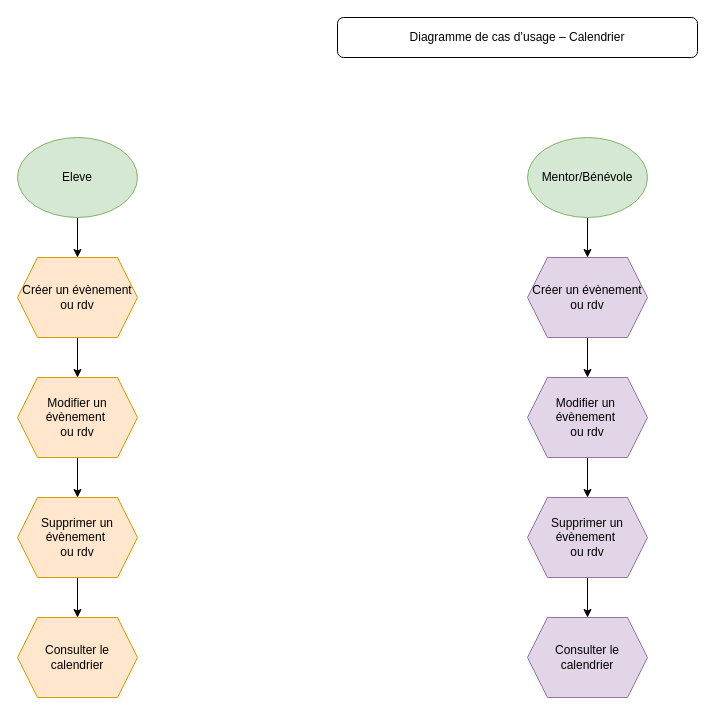
frederic5962/Learn-Home_p10 keeps this draw.io diagram as Diagramme de cas d’usage – Calendrier.drawio. Above is the earlier version. Source tidied: cells renumbered, new cells numbered last; positions are measured from the earlier drawing's top-left corner, leaving out a move shared by most shapes. Both pictures are drawn from the tidied source at 100%, with x=0, y=0 at pixel (17, 17).
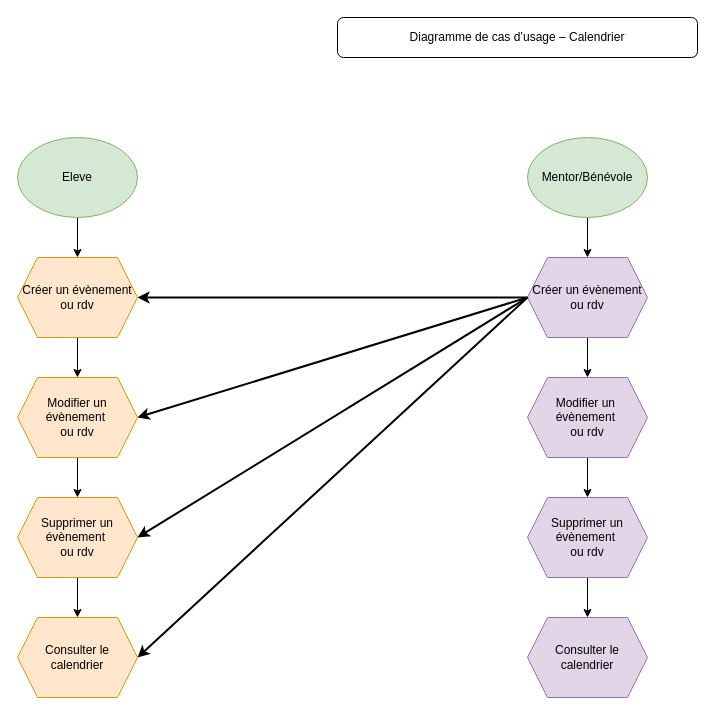
After the change.

Commit message:
Mettre à jour Diagramme de cas d’usage – Calendrier.drawio

Unchanged cells that the change refers to:
```xml
<mxCell id="8" value="Créer un évènement&lt;div&gt;ou rdv&lt;/div&gt;" style="shape=hexagon;perimeter=hexagonPerimeter2;whiteSpace=wrap;html=1;fixedSize=1;fillColor=#ffe6cc;strokeColor=#d79b00;" parent="1" vertex="1">
  <mxGeometry y="240" width="120" height="80" as="geometry" />
</mxCell>
<mxCell id="10" value="Créer un évènement&lt;div&gt;ou rdv&lt;/div&gt;" style="shape=hexagon;perimeter=hexagonPerimeter2;whiteSpace=wrap;html=1;fixedSize=1;fillColor=#e1d5e7;strokeColor=#9673a6;" parent="1" vertex="1">
  <mxGeometry x="510" y="240" width="120" height="80" as="geometry" />
</mxCell>
<mxCell id="12" value="Modifier un évènement&amp;nbsp;&lt;div&gt;ou rdv&lt;/div&gt;" style="shape=hexagon;perimeter=hexagonPerimeter2;whiteSpace=wrap;html=1;fixedSize=1;fillColor=#ffe6cc;strokeColor=#d79b00;" parent="1" vertex="1">
  <mxGeometry y="360" width="120" height="80" as="geometry" />
</mxCell>
<mxCell id="14" value="Supprimer un&lt;div&gt;évènement&amp;nbsp;&lt;/div&gt;&lt;div&gt;ou rdv&lt;/div&gt;" style="shape=hexagon;perimeter=hexagonPerimeter2;whiteSpace=wrap;html=1;fixedSize=1;fillColor=#ffe6cc;strokeColor=#d79b00;" parent="1" vertex="1">
  <mxGeometry y="480" width="120" height="80" as="geometry" />
</mxCell>
<mxCell id="19" value="Consulter le calendrier" style="shape=hexagon;perimeter=hexagonPerimeter2;whiteSpace=wrap;html=1;fixedSize=1;fillColor=#ffe6cc;strokeColor=#d79b00;" parent="1" vertex="1">
  <mxGeometry y="600" width="120" height="80" as="geometry" />
</mxCell>
```

What changed in the source:
```diff
@@
+    <mxCell id="21" style="endArrow=classic;html=1;rounded=0;exitX=0;exitY=0.5;exitDx=0;exitDy=0;entryX=1;entryY=0.5;entryDx=0;entryDy=0;strokeWidth=2;" parent="1" edge="1" source="10" target="8">
+      <mxGeometry relative="1" as="geometry" />
+    </mxCell>
+    <mxCell id="22" style="endArrow=classic;html=1;rounded=0;exitX=0;exitY=0.5;exitDx=0;exitDy=0;entryX=1;entryY=0.5;entryDx=0;entryDy=0;strokeWidth=2;" parent="1" edge="1" source="10" target="12">
+      <mxGeometry relative="1" as="geometry" />
+    </mxCell>
+    <mxCell id="23" style="endArrow=classic;html=1;rounded=0;exitX=0;exitY=0.5;exitDx=0;exitDy=0;entryX=1;entryY=0.5;entryDx=0;entryDy=0;strokeWidth=2;" parent="1" edge="1" source="10" target="14">
+      <mxGeometry relative="1" as="geometry" />
+    </mxCell>
+    <mxCell id="24" style="endArrow=classic;html=1;rounded=0;exitX=0;exitY=0.5;exitDx=0;exitDy=0;entryX=1;entryY=0.5;entryDx=0;entryDy=0;strokeWidth=2;" parent="1" edge="1" source="10" target="19">
+      <mxGeometry relative="1" as="geometry" />
+    </mxCell>
```
